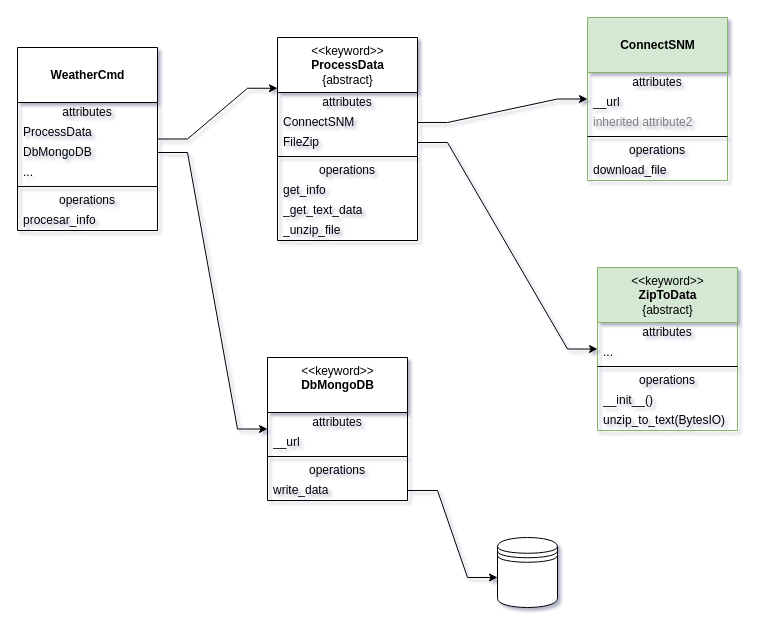
Earlier version of the draw.io diagram page "Page-2" (2 of 3) of diagram.drawio (mejor0108/weather-process). Source tidied: cells renumbered, new cells numbered last; positions are measured from the earlier drawing's top-left corner, leaving out a move shared by most shapes. Both pictures are drawn from the tidied source at 100%, with x=0, y=0 at pixel (17, 17).
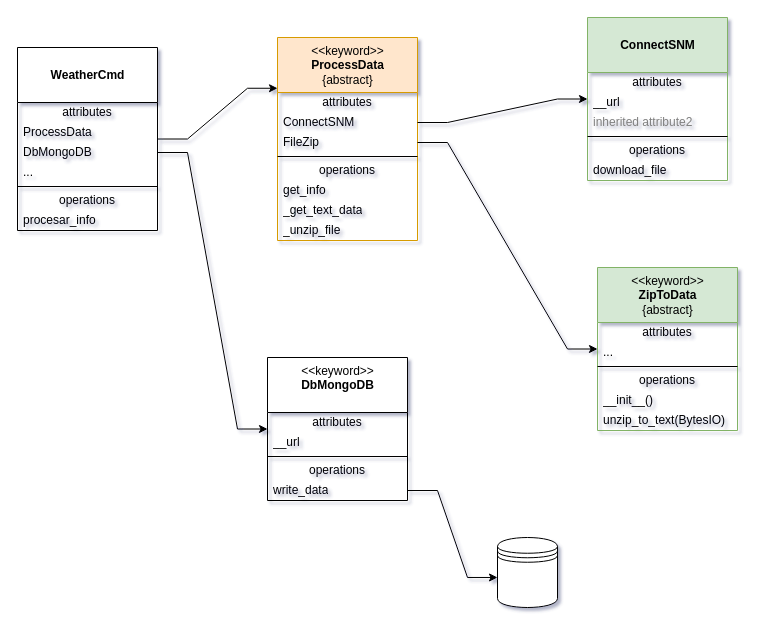
The same diagram, later.

Commit message (it also covers changes not shown here):
Add ProcessData functionality

Diff of the diagram source:
```diff
@@
-    <mxCell id="18" value="&amp;lt;&amp;lt;keyword&amp;gt;&amp;gt;&lt;br&gt;&lt;b&gt;ProcessData&lt;/b&gt;&lt;br&gt;{abstract}" style="swimlane;fontStyle=0;align=center;verticalAlign=top;horizontal=1;startSize=55;html=1;fillColor=#ffffff;fontColor=#000000;" parent="1" vertex="1">
+    <mxCell id="18" value="&amp;lt;&amp;lt;keyword&amp;gt;&amp;gt;&lt;br&gt;&lt;b&gt;ProcessData&lt;/b&gt;&lt;br&gt;{abstract}" style="swimlane;fontStyle=0;align=center;verticalAlign=top;horizontal=1;startSize=55;html=1;fillColor=#ffe6cc;strokeColor=#d79b00;" parent="1" vertex="1">
       <mxGeometry x="260" y="20" width="140" height="203" as="geometry" />
     </mxCell>
```
